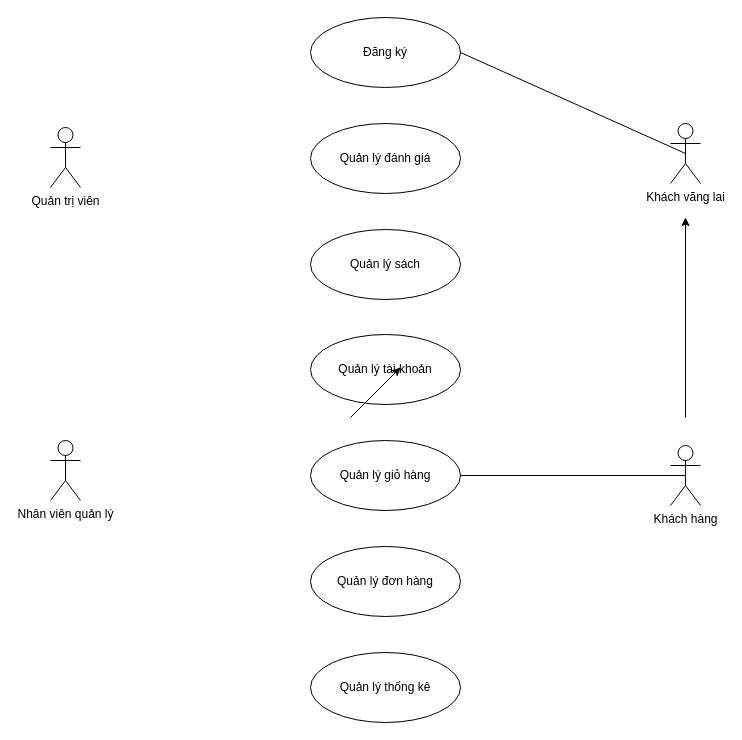
Before: Biểu đồ không có tiêu đề.drawio in NguyenPhuc2205/PBL3_Online-Bookstore, a draw.io diagram. Source tidied: cells renumbered, new cells numbered last; positions are measured from the earlier drawing's top-left corner, leaving out a move shared by most shapes. Both pictures are drawn from the tidied source at 100%, with x=0, y=0 at pixel (50, 17).
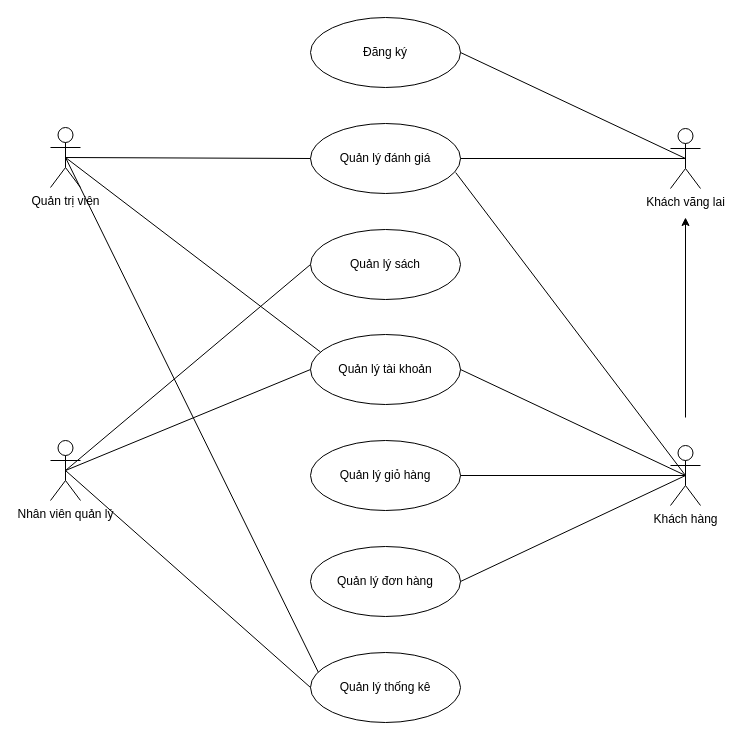
The same diagram, later.

The change refers to these unchanged cells:
```xml
<mxCell id="3" value="Khách hàng&lt;div&gt;&lt;br&gt;&lt;/div&gt;" style="shape=umlActor;verticalLabelPosition=bottom;verticalAlign=top;html=1;outlineConnect=0;" parent="1" vertex="1">
  <mxGeometry x="620" y="428" width="30" height="60" as="geometry" />
</mxCell>
<mxCell id="4" value="Quản trị viên" style="shape=umlActor;verticalLabelPosition=bottom;verticalAlign=top;html=1;outlineConnect=0;" parent="1" vertex="1">
  <mxGeometry y="110" width="30" height="60" as="geometry" />
</mxCell>
<mxCell id="6" value="Quản lý tài khoản" style="ellipse;whiteSpace=wrap;html=1;" parent="1" vertex="1">
  <mxGeometry x="260" y="317" width="150" height="70" as="geometry" />
</mxCell>
<mxCell id="8" value="Quản lý đơn hàng" style="ellipse;whiteSpace=wrap;html=1;" parent="1" vertex="1">
  <mxGeometry x="260" y="529" width="150" height="70" as="geometry" />
</mxCell>
<mxCell id="9" value="Quản lý thống kê" style="ellipse;whiteSpace=wrap;html=1;" parent="1" vertex="1">
  <mxGeometry x="260" y="635" width="150" height="70" as="geometry" />
</mxCell>
<mxCell id="10" value="Quản lý sách" style="ellipse;whiteSpace=wrap;html=1;" parent="1" vertex="1">
  <mxGeometry x="260" y="212" width="150" height="70" as="geometry" />
</mxCell>
<mxCell id="11" value="Quản lý đánh giá" style="ellipse;whiteSpace=wrap;html=1;" parent="1" vertex="1">
  <mxGeometry x="260" y="106" width="150" height="70" as="geometry" />
</mxCell>
<mxCell id="14" value="Nhân viên quản lý" style="shape=umlActor;verticalLabelPosition=bottom;verticalAlign=top;html=1;outlineConnect=0;" parent="1" vertex="1">
  <mxGeometry y="423" width="30" height="60" as="geometry" />
</mxCell>
```

Diff of the diagram source:
```diff
@@
     <mxCell id="2" value="Khách vãng lai" style="shape=umlActor;verticalLabelPosition=bottom;verticalAlign=top;html=1;outlineConnect=0;" parent="1" vertex="1">
-      <mxGeometry x="620" y="106" width="30" height="60" as="geometry" />
+      <mxGeometry x="620" y="111" width="30" height="60" as="geometry" />
     </mxCell>
@@
-    <mxCell id="15" style="endArrow=classic;html=1;rounded=0;" parent="1" edge="1">
-      <mxGeometry relative="1" as="geometry">
-        <mxPoint x="300" y="400" as="sourcePoint" />
-        <mxPoint x="350" y="350" as="targetPoint" />
-      </mxGeometry>
-    </mxCell>
@@
+    <mxCell id="17" style="endArrow=none;html=1;rounded=0;exitX=1;exitY=0.5;exitDx=0;exitDy=0;entryX=0.5;entryY=0.5;entryDx=0;entryDy=0;entryPerimeter=0;" parent="1" edge="1" source="11" target="2">
+      <mxGeometry relative="1" as="geometry" />
+    </mxCell>
+    <mxCell id="18" style="endArrow=none;html=1;rounded=0;exitX=0.5;exitY=0.5;exitDx=0;exitDy=0;exitPerimeter=0;entryX=0;entryY=0.5;entryDx=0;entryDy=0;" parent="1" edge="1" source="4" target="11">
+      <mxGeometry relative="1" as="geometry" />
+    </mxCell>
+    <mxCell id="19" style="endArrow=none;html=1;rounded=0;exitX=0.968;exitY=0.701;exitDx=0;exitDy=0;exitPerimeter=0;entryX=0.5;entryY=0.5;entryDx=0;entryDy=0;entryPerimeter=0;" parent="1" edge="1" source="11" target="3">
+      <mxGeometry relative="1" as="geometry" />
+    </mxCell>
+    <mxCell id="20" style="endArrow=none;html=1;rounded=0;entryX=0.5;entryY=0.5;entryDx=0;entryDy=0;entryPerimeter=0;exitX=1;exitY=0.5;exitDx=0;exitDy=0;" parent="1" edge="1" source="8" target="3">
+      <mxGeometry relative="1" as="geometry" />
+    </mxCell>
+    <mxCell id="21" style="endArrow=none;html=1;rounded=0;exitX=1;exitY=0.5;exitDx=0;exitDy=0;entryX=0.5;entryY=0.5;entryDx=0;entryDy=0;entryPerimeter=0;" parent="1" edge="1" source="6" target="3">
+      <mxGeometry relative="1" as="geometry" />
+    </mxCell>
+    <mxCell id="22" style="endArrow=none;html=1;rounded=0;exitX=0.5;exitY=0.5;exitDx=0;exitDy=0;exitPerimeter=0;entryX=0;entryY=0.5;entryDx=0;entryDy=0;" parent="1" edge="1" source="14" target="6">
+      <mxGeometry relative="1" as="geometry" />
+    </mxCell>
+    <mxCell id="23" style="endArrow=none;html=1;rounded=0;exitX=0.5;exitY=0.5;exitDx=0;exitDy=0;exitPerimeter=0;entryX=0;entryY=0.5;entryDx=0;entryDy=0;" parent="1" edge="1" source="14" target="10">
+      <mxGeometry relative="1" as="geometry" />
+    </mxCell>
+    <mxCell id="24" style="endArrow=none;html=1;rounded=0;exitX=0.5;exitY=0.5;exitDx=0;exitDy=0;exitPerimeter=0;entryX=0.066;entryY=0.249;entryDx=0;entryDy=0;entryPerimeter=0;" parent="1" edge="1" source="4" target="6">
+      <mxGeometry relative="1" as="geometry" />
+    </mxCell>
+    <mxCell id="25" style="endArrow=none;html=1;rounded=0;exitX=0.5;exitY=0.5;exitDx=0;exitDy=0;exitPerimeter=0;entryX=0;entryY=0.5;entryDx=0;entryDy=0;" parent="1" edge="1" source="14" target="9">
+      <mxGeometry relative="1" as="geometry" />
+    </mxCell>
+    <mxCell id="26" style="endArrow=none;html=1;rounded=0;entryX=0.052;entryY=0.281;entryDx=0;entryDy=0;entryPerimeter=0;exitX=0.5;exitY=0.5;exitDx=0;exitDy=0;exitPerimeter=0;" parent="1" edge="1" source="4" target="9">
+      <mxGeometry relative="1" as="geometry" />
+    </mxCell>
```
